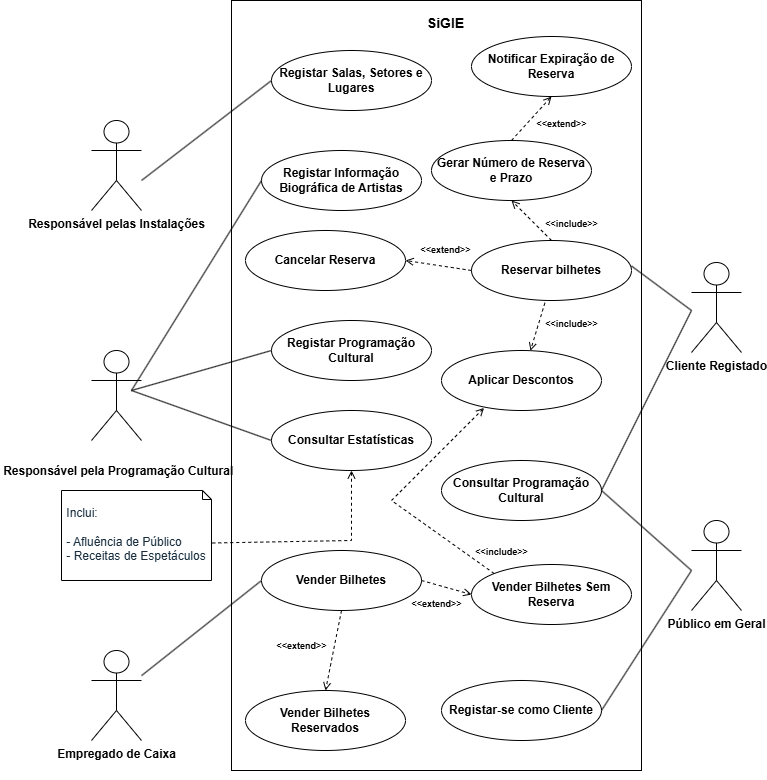
Before: UML_Casos.drawio.png, a diagram exported from draw.io (leorsd/ESOF_UML). Source tidied: cells renumbered, new cells last; positions are measured from the earlier drawing's top-left corner, leaving out a move shared by most shapes.
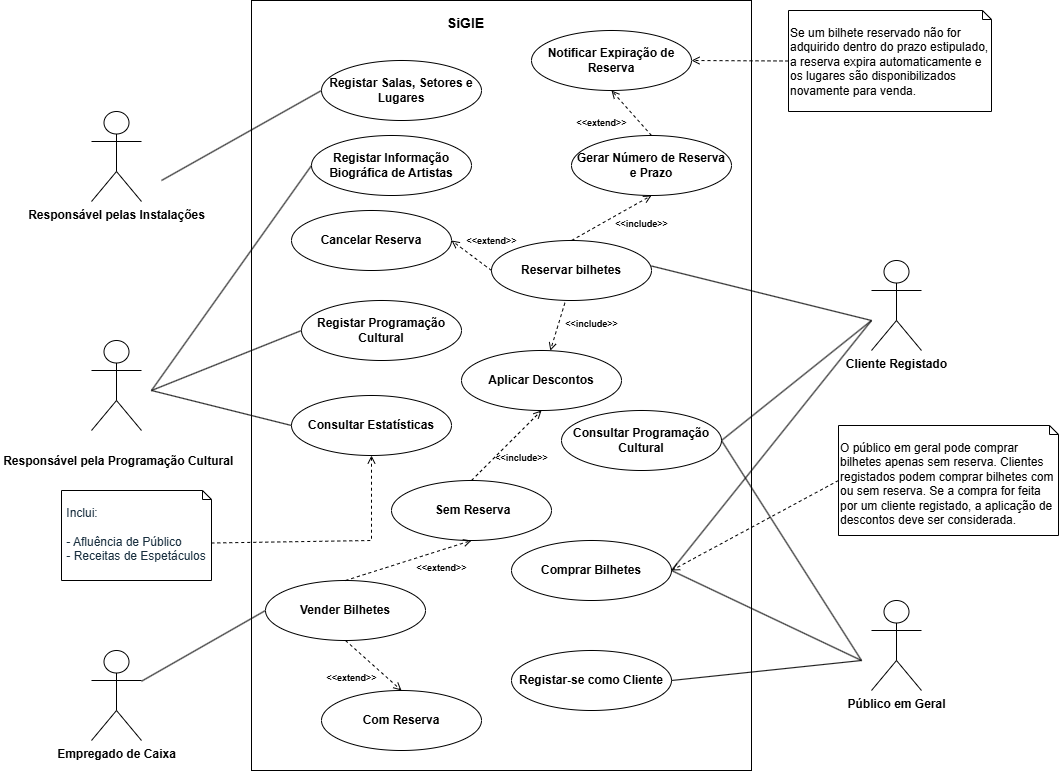
The same file after the commit.

The edit, as a diff of the source:
```diff
@@ -3,37 +3,37 @@
     <mxCell id="0" />
     <mxCell id="1" parent="0" />
     <mxCell id="2" style="rounded=0;whiteSpace=wrap;html=1;direction=south;labelBackgroundColor=none;" parent="1" vertex="1">
-      <mxGeometry x="170" width="410" height="770" as="geometry" />
+      <mxGeometry x="170" width="500" height="770" as="geometry" />
     </mxCell>
     <mxCell id="3" value="&lt;font&gt;&lt;b&gt;Responsável pelas Instalações&lt;/b&gt;&lt;/font&gt;" style="shape=umlActor;verticalLabelPosition=bottom;verticalAlign=top;html=1;labelBackgroundColor=none;" parent="1" vertex="1">
-      <mxGeometry x="30" y="120" width="50" height="90" as="geometry" />
+      <mxGeometry x="10" y="111" width="50" height="90" as="geometry" />
     </mxCell>
     <mxCell id="4" value="&lt;h5&gt;&lt;font style=&quot;font-size: 12px;&quot;&gt;&amp;nbsp;Responsável pela Programação Cultural&lt;/font&gt;&lt;/h5&gt;" style="shape=umlActor;verticalLabelPosition=bottom;verticalAlign=top;html=1;labelBackgroundColor=none;align=center;" parent="1" vertex="1">
-      <mxGeometry x="30" y="350" width="50" height="90" as="geometry" />
+      <mxGeometry x="10" y="340" width="50" height="90" as="geometry" />
     </mxCell>
     <mxCell id="5" value="&lt;font&gt;&lt;b&gt;Empregado de Caixa&lt;/b&gt;&lt;/font&gt;" style="shape=umlActor;verticalLabelPosition=bottom;verticalAlign=top;html=1;outlineConnect=0;labelBackgroundColor=none;" parent="1" vertex="1">
-      <mxGeometry x="30" y="650" width="50" height="90" as="geometry" />
+      <mxGeometry x="10" y="650" width="50" height="90" as="geometry" />
     </mxCell>
     <mxCell id="6" value="&lt;font&gt;&lt;b&gt;Público em Geral&lt;/b&gt;&lt;/font&gt;" style="shape=umlActor;verticalLabelPosition=bottom;verticalAlign=top;html=1;labelBackgroundColor=none;" parent="1" vertex="1">
-      <mxGeometry x="630" y="520" width="50" height="90" as="geometry" />
+      <mxGeometry x="790" y="600" width="50" height="90" as="geometry" />
     </mxCell>
     <mxCell id="7" value="&lt;font&gt;&lt;b&gt;Registar Salas, Setores e Lugares&lt;/b&gt;&lt;/font&gt;" style="ellipse;whiteSpace=wrap;html=1;labelBackgroundColor=none;" parent="1" vertex="1">
-      <mxGeometry x="210" y="50" width="160" height="60" as="geometry" />
+      <mxGeometry x="240" y="60" width="160" height="60" as="geometry" />
     </mxCell>
     <mxCell id="8" value="&lt;font&gt;&lt;b&gt;Registar Programação Cultural&lt;/b&gt;&lt;/font&gt;" style="ellipse;whiteSpace=wrap;html=1;labelBackgroundColor=none;" parent="1" vertex="1">
-      <mxGeometry x="210" y="320" width="160" height="60" as="geometry" />
+      <mxGeometry x="220" y="300" width="160" height="60" as="geometry" />
     </mxCell>
     <mxCell id="9" value="&lt;font&gt;&lt;b&gt;Registar Informação Biográfica de Artistas&lt;/b&gt;&lt;/font&gt;" style="ellipse;whiteSpace=wrap;html=1;labelBackgroundColor=none;" parent="1" vertex="1">
-      <mxGeometry x="200" y="150" width="160" height="60" as="geometry" />
+      <mxGeometry x="230" y="135" width="160" height="60" as="geometry" />
     </mxCell>
     <mxCell id="10" value="&lt;font&gt;&lt;b style=&quot;&quot;&gt;Registar-se como Cliente&lt;/b&gt;&lt;/font&gt;" style="ellipse;whiteSpace=wrap;html=1;labelBackgroundColor=none;" parent="1" vertex="1">
-      <mxGeometry x="380" y="680" width="160" height="60" as="geometry" />
+      <mxGeometry x="430" y="650" width="160" height="60" as="geometry" />
     </mxCell>
     <mxCell id="11" value="&lt;font&gt;&lt;b&gt;Reservar bilhetes&lt;/b&gt;&lt;/font&gt;" style="ellipse;whiteSpace=wrap;html=1;labelBackgroundColor=none;" parent="1" vertex="1">
       <mxGeometry x="410" y="240" width="160" height="60" as="geometry" />
     </mxCell>
     <mxCell id="12" value="&lt;font&gt;&lt;b&gt;Consultar Estatísticas&lt;/b&gt;&lt;/font&gt;" style="ellipse;whiteSpace=wrap;html=1;labelBackgroundColor=none;" parent="1" vertex="1">
-      <mxGeometry x="210" y="410" width="160" height="60" as="geometry" />
+      <mxGeometry x="210" y="395" width="160" height="60" as="geometry" />
     </mxCell>
     <mxCell id="13" style="endArrow=none;html=1;rounded=0;entryX=0;entryY=0.5;entryDx=0;entryDy=0;labelBackgroundColor=none;fontColor=default;" parent="1" edge="1" target="7">
       <mxGeometry relative="1" as="geometry">
@@ -52,15 +52,15 @@
     </mxCell>
     <mxCell id="16" style="endArrow=none;html=1;rounded=0;entryX=1;entryY=0.5;entryDx=0;entryDy=0;labelBackgroundColor=none;fontColor=default;" parent="1" edge="1" target="23">
       <mxGeometry relative="1" as="geometry">
-        <mxPoint x="630" y="570" as="sourcePoint" />
+        <mxPoint x="780" y="660" as="sourcePoint" />
       </mxGeometry>
     </mxCell>
     <mxCell id="17" value="&lt;font&gt;&lt;b&gt;Cliente Registado&lt;/b&gt;&lt;/font&gt;" style="shape=umlActor;verticalLabelPosition=bottom;verticalAlign=top;html=1;labelBackgroundColor=none;" parent="1" vertex="1">
-      <mxGeometry x="630" y="262" width="50" height="90" as="geometry" />
+      <mxGeometry x="790" y="260" width="50" height="90" as="geometry" />
     </mxCell>
     <mxCell id="18" style="endArrow=none;html=1;rounded=0;entryX=1;entryY=0.425;entryDx=0;entryDy=0;entryPerimeter=0;labelBackgroundColor=none;fontColor=default;" parent="1" edge="1" target="11">
       <mxGeometry relative="1" as="geometry">
-        <mxPoint x="630" y="310" as="sourcePoint" />
+        <mxPoint x="790" y="320" as="sourcePoint" />
       </mxGeometry>
     </mxCell>
     <mxCell id="19" style="endArrow=none;html=1;rounded=0;labelBackgroundColor=none;fontColor=default;entryX=0;entryY=0.5;entryDx=0;entryDy=0;" parent="1" edge="1" source="5" target="21">
@@ -72,19 +72,19 @@
       </mxGeometry>
     </mxCell>
     <mxCell id="21" value="&lt;font&gt;&lt;b&gt;Vender Bilhetes&lt;/b&gt;&lt;/font&gt;" style="ellipse;whiteSpace=wrap;html=1;labelBackgroundColor=none;" parent="1" vertex="1">
-      <mxGeometry x="200" y="550" width="160" height="60" as="geometry" />
+      <mxGeometry x="184" y="580" width="160" height="60" as="geometry" />
     </mxCell>
     <mxCell id="22" style="edgeStyle=orthogonalEdgeStyle;rounded=0;orthogonalLoop=1;jettySize=auto;html=1;exitX=1;exitY=0.5;exitDx=0;exitDy=0;fontColor=default;labelBackgroundColor=none;" parent="1" edge="1" source="2" target="2">
       <mxGeometry relative="1" as="geometry" />
     </mxCell>
     <mxCell id="23" value="&lt;b&gt;Consultar Programação Cultural&lt;/b&gt;" style="ellipse;whiteSpace=wrap;html=1;labelBackgroundColor=none;" parent="1" vertex="1">
-      <mxGeometry x="380" y="460" width="160" height="60" as="geometry" />
+      <mxGeometry x="480" y="410" width="160" height="60" as="geometry" />
     </mxCell>
     <mxCell id="24" value="&lt;b&gt;Aplicar Descontos&lt;/b&gt;" style="ellipse;whiteSpace=wrap;html=1;labelBackgroundColor=none;" parent="1" vertex="1">
       <mxGeometry x="380" y="350" width="160" height="60" as="geometry" />
     </mxCell>
     <mxCell id="25" value="&lt;b&gt;Gerar Número de Reserva e Prazo&lt;/b&gt;" style="ellipse;whiteSpace=wrap;html=1;labelBackgroundColor=none;" parent="1" vertex="1">
-      <mxGeometry x="370" y="140" width="160" height="60" as="geometry" />
+      <mxGeometry x="490" y="135" width="160" height="60" as="geometry" />
     </mxCell>
     <mxCell id="26" style="endArrow=open;dashed=1;endFill=0;html=1;rounded=0;fontColor=default;exitX=0.459;exitY=1.038;exitDx=0;exitDy=0;exitPerimeter=0;labelBackgroundColor=none;" parent="1" edge="1" source="11" target="24">
       <mxGeometry relative="1" as="geometry" />
@@ -93,7 +93,7 @@
       <mxGeometry x="470" y="310" width="80" height="26" as="geometry" />
     </mxCell>
     <mxCell id="28" value="&lt;div style=&quot;text-align: left;&quot;&gt;&lt;span style=&quot;background-color: transparent; color: light-dark(rgb(24, 46, 62), rgb(185, 204, 218));&quot;&gt;Inclui:&lt;/span&gt;&lt;/div&gt;&lt;div style=&quot;text-align: left;&quot;&gt;&lt;span style=&quot;background-color: transparent; color: light-dark(rgb(24, 46, 62), rgb(185, 204, 218));&quot;&gt;&amp;nbsp;&lt;/span&gt;&lt;/div&gt;&lt;div style=&quot;text-align: left;&quot;&gt;&lt;span style=&quot;background-color: transparent; color: light-dark(rgb(24, 46, 62), rgb(185, 204, 218));&quot; class=&quot;hljs-deletion&quot;&gt;- Afluência de Público&lt;/span&gt;&lt;span style=&quot;background-color: transparent; color: light-dark(rgb(24, 46, 62), rgb(185, 204, 218));&quot;&gt;&lt;br&gt;&lt;/span&gt;&lt;span style=&quot;background-color: transparent; color: light-dark(rgb(24, 46, 62), rgb(185, 204, 218));&quot; class=&quot;hljs-deletion&quot;&gt;- Receitas de Espetáculos&lt;/span&gt;&lt;/div&gt;" style="shape=note2;boundedLbl=1;whiteSpace=wrap;html=1;size=9;verticalAlign=top;align=center;labelBackgroundColor=none;" parent="1" vertex="1">
-      <mxGeometry y="490" width="150" height="90" as="geometry" />
+      <mxGeometry x="-20" y="490" width="150" height="90" as="geometry" />
     </mxCell>
     <mxCell id="29" style="endArrow=none;dashed=1;endFill=0;html=1;rounded=0;fontColor=default;startFill=0;entryX=0;entryY=0;entryDx=150;entryDy=52.5;entryPerimeter=0;labelBackgroundColor=none;startArrow=open;" parent="1" edge="1" source="12" target="28">
       <mxGeometry relative="1" as="geometry">
@@ -106,66 +106,87 @@
       <mxGeometry relative="1" as="geometry" />
     </mxCell>
     <mxCell id="31" value="&lt;font style=&quot;font-size: 9px;&quot;&gt;&amp;lt;&amp;lt;include&amp;gt;&amp;gt;&lt;/font&gt;" style="text;align=center;fontStyle=1;verticalAlign=middle;spacingLeft=3;spacingRight=3;strokeColor=none;html=1;labelBackgroundColor=none;" parent="1" vertex="1">
-      <mxGeometry x="470" y="210" width="80" height="26" as="geometry" />
+      <mxGeometry x="520" y="210" width="80" height="26" as="geometry" />
     </mxCell>
-    <mxCell id="32" value="&lt;font&gt;&lt;b&gt;Vender Bilhetes Reservados&lt;/b&gt;&lt;/font&gt;" style="ellipse;whiteSpace=wrap;html=1;labelBackgroundColor=none;" parent="1" vertex="1">
-      <mxGeometry x="184" y="690" width="160" height="60" as="geometry" />
+    <mxCell id="32" value="&lt;b&gt;Com Reserva&lt;/b&gt;" style="ellipse;whiteSpace=wrap;html=1;labelBackgroundColor=none;" parent="1" vertex="1">
+      <mxGeometry x="240" y="690" width="160" height="60" as="geometry" />
     </mxCell>
-    <mxCell id="33" value="&lt;font&gt;&lt;b&gt;Vender Bilhetes Sem Reserva&lt;/b&gt;&lt;/font&gt;" style="ellipse;whiteSpace=wrap;html=1;labelBackgroundColor=none;" parent="1" vertex="1">
-      <mxGeometry x="410" y="564" width="160" height="60" as="geometry" />
+    <mxCell id="33" value="&lt;font&gt;&lt;b&gt;&amp;nbsp;Sem Reserva&lt;/b&gt;&lt;/font&gt;" style="ellipse;whiteSpace=wrap;html=1;labelBackgroundColor=none;" parent="1" vertex="1">
+      <mxGeometry x="310" y="480" width="160" height="60" as="geometry" />
     </mxCell>
     <mxCell id="34" style="endArrow=open;dashed=1;endFill=0;html=1;rounded=0;fontColor=default;exitX=0.5;exitY=1;exitDx=0;exitDy=0;labelBackgroundColor=none;entryX=0.5;entryY=0;entryDx=0;entryDy=0;" parent="1" edge="1" source="21" target="32">
       <mxGeometry relative="1" as="geometry" />
     </mxCell>
-    <mxCell id="35" style="endArrow=open;dashed=1;endFill=0;html=1;rounded=0;fontColor=default;labelBackgroundColor=none;entryX=0;entryY=0.5;entryDx=0;entryDy=0;exitX=1;exitY=0.5;exitDx=0;exitDy=0;" parent="1" edge="1" source="21" target="33">
+    <mxCell id="35" style="endArrow=open;dashed=1;endFill=0;html=1;rounded=0;fontColor=default;labelBackgroundColor=none;entryX=0.5;entryY=1;entryDx=0;entryDy=0;exitX=0.5;exitY=0;exitDx=0;exitDy=0;" parent="1" edge="1" source="21" target="33">
       <mxGeometry relative="1" as="geometry" />
     </mxCell>
     <mxCell id="36" value="&lt;font style=&quot;font-size: 9px;&quot;&gt;&amp;lt;&amp;lt;extend&amp;gt;&amp;gt;&lt;/font&gt;" style="text;align=center;fontStyle=1;verticalAlign=middle;spacingLeft=3;spacingRight=3;strokeColor=none;html=1;labelBackgroundColor=none;" parent="1" vertex="1">
-      <mxGeometry x="200" y="632" width="80" height="26" as="geometry" />
+      <mxGeometry x="230" y="664" width="80" height="26" as="geometry" />
     </mxCell>
     <mxCell id="37" value="&lt;font style=&quot;font-size: 9px;&quot;&gt;&amp;lt;&amp;lt;extend&amp;gt;&amp;gt;&lt;/font&gt;" style="text;align=center;fontStyle=1;verticalAlign=middle;spacingLeft=3;spacingRight=3;strokeColor=none;html=1;labelBackgroundColor=none;" parent="1" vertex="1">
-      <mxGeometry x="335" y="590" width="80" height="26" as="geometry" />
+      <mxGeometry x="320" y="554" width="80" height="26" as="geometry" />
     </mxCell>
     <mxCell id="38" value="&lt;font style=&quot;font-size: 14px;&quot;&gt;SiGIE&lt;/font&gt;" style="text;align=center;fontStyle=1;verticalAlign=middle;spacingLeft=3;spacingRight=3;strokeColor=none;html=1;" parent="1" vertex="1">
       <mxGeometry x="344" y="10" width="80" height="26" as="geometry" />
     </mxCell>
     <mxCell id="39" value="&lt;b&gt;Notificar Expiração de Reserva&lt;/b&gt;" style="ellipse;whiteSpace=wrap;html=1;labelBackgroundColor=none;" parent="1" vertex="1">
-      <mxGeometry x="410" y="36" width="160" height="60" as="geometry" />
+      <mxGeometry x="450" y="30" width="160" height="60" as="geometry" />
     </mxCell>
     <mxCell id="40" style="endArrow=open;dashed=1;endFill=0;html=1;rounded=0;fontColor=default;exitX=0.5;exitY=0;exitDx=0;exitDy=0;labelBackgroundColor=none;entryX=0.5;entryY=1;entryDx=0;entryDy=0;" parent="1" edge="1" source="25" target="39">
       <mxGeometry relative="1" as="geometry" />
     </mxCell>
     <mxCell id="41" value="&lt;font style=&quot;font-size: 9px;&quot;&gt;&amp;lt;&amp;lt;extend&amp;gt;&amp;gt;&lt;/font&gt;" style="text;align=center;fontStyle=1;verticalAlign=middle;spacingLeft=3;spacingRight=3;strokeColor=none;html=1;labelBackgroundColor=none;" parent="1" vertex="1">
-      <mxGeometry x="460" y="110" width="80" height="26" as="geometry" />
+      <mxGeometry x="480" y="109" width="80" height="26" as="geometry" />
     </mxCell>
     <mxCell id="42" style="endArrow=none;html=1;rounded=0;entryX=1;entryY=0.5;entryDx=0;entryDy=0;labelBackgroundColor=none;fontColor=default;" parent="1" edge="1" target="23">
       <mxGeometry relative="1" as="geometry">
-        <mxPoint x="630" y="310" as="sourcePoint" />
+        <mxPoint x="790" y="320" as="sourcePoint" />
       </mxGeometry>
     </mxCell>
     <mxCell id="43" style="endArrow=none;html=1;rounded=0;entryX=1;entryY=0.5;entryDx=0;entryDy=0;labelBackgroundColor=none;fontColor=default;" parent="1" edge="1" target="10">
       <mxGeometry relative="1" as="geometry">
-        <mxPoint x="630" y="570" as="sourcePoint" />
+        <mxPoint x="780" y="660" as="sourcePoint" />
       </mxGeometry>
     </mxCell>
     <mxCell id="44" value="&lt;b&gt;Cancelar Reserva&lt;/b&gt;" style="ellipse;whiteSpace=wrap;html=1;labelBackgroundColor=none;" parent="1" vertex="1">
-      <mxGeometry x="184" y="230" width="160" height="60" as="geometry" />
+      <mxGeometry x="210" y="210" width="160" height="60" as="geometry" />
     </mxCell>
     <mxCell id="45" value="&lt;font style=&quot;font-size: 9px;&quot;&gt;&amp;lt;&amp;lt;extend&amp;gt;&amp;gt;&lt;/font&gt;" style="text;align=center;fontStyle=1;verticalAlign=middle;spacingLeft=3;spacingRight=3;strokeColor=none;html=1;labelBackgroundColor=none;" parent="1" vertex="1">
-      <mxGeometry x="344" y="236" width="80" height="26" as="geometry" />
+      <mxGeometry x="370" y="227" width="80" height="26" as="geometry" />
     </mxCell>
     <mxCell id="46" style="endArrow=open;dashed=1;endFill=0;html=1;rounded=0;fontColor=default;exitX=0;exitY=0.5;exitDx=0;exitDy=0;labelBackgroundColor=none;entryX=1;entryY=0.5;entryDx=0;entryDy=0;" parent="1" edge="1" source="11" target="44">
       <mxGeometry relative="1" as="geometry" />
     </mxCell>
-    <mxCell id="47" style="endArrow=open;dashed=1;endFill=0;html=1;rounded=0;fontColor=default;exitX=0;exitY=0;exitDx=0;exitDy=0;labelBackgroundColor=none;entryX=0.266;entryY=0.957;entryDx=0;entryDy=0;entryPerimeter=0;" parent="1" edge="1" source="33" target="24">
-      <mxGeometry relative="1" as="geometry">
-        <Array as="points">
-          <mxPoint x="330" y="500" />
-        </Array>
-      </mxGeometry>
+    <mxCell id="47" style="endArrow=open;dashed=1;endFill=0;html=1;rounded=0;fontColor=default;exitX=0.5;exitY=0;exitDx=0;exitDy=0;labelBackgroundColor=none;entryX=0.5;entryY=1;entryDx=0;entryDy=0;" parent="1" edge="1" source="33" target="24">
+      <mxGeometry relative="1" as="geometry" />
     </mxCell>
     <mxCell id="48" value="&lt;font style=&quot;font-size: 9px;&quot;&gt;&amp;lt;&amp;lt;include&amp;gt;&amp;gt;&lt;/font&gt;" style="text;align=center;fontStyle=1;verticalAlign=middle;spacingLeft=3;spacingRight=3;strokeColor=none;html=1;labelBackgroundColor=none;" parent="1" vertex="1">
-      <mxGeometry x="400" y="538" width="80" height="26" as="geometry" />
+      <mxGeometry x="400" y="444" width="80" height="26" as="geometry" />
     </mxCell>
+    <mxCell id="49" value="&lt;b&gt;Comprar Bilhetes&lt;/b&gt;" style="ellipse;whiteSpace=wrap;html=1;labelBackgroundColor=none;" parent="1" vertex="1">
+      <mxGeometry x="430" y="540" width="160" height="60" as="geometry" />
+    </mxCell>
+    <mxCell id="50" style="endArrow=none;html=1;rounded=0;entryX=1;entryY=0.5;entryDx=0;entryDy=0;labelBackgroundColor=none;fontColor=default;" parent="1" edge="1" target="49">
+      <mxGeometry relative="1" as="geometry">
+        <mxPoint x="790" y="320" as="sourcePoint" />
+      </mxGeometry>
+    </mxCell>
+    <mxCell id="51" style="endArrow=none;html=1;rounded=0;entryX=1;entryY=0.5;entryDx=0;entryDy=0;labelBackgroundColor=none;fontColor=default;" parent="1" edge="1" target="49">
+      <mxGeometry relative="1" as="geometry">
+        <mxPoint x="780" y="660" as="sourcePoint" />
+      </mxGeometry>
+    </mxCell>
+    <mxCell id="52" value="&lt;div style=&quot;&quot;&gt;Se um bilhete reservado não for adquirido dentro do prazo estipulado, a reserva expira automaticamente e os lugares são disponibilizados novamente para venda.&lt;/div&gt;" style="shape=note2;boundedLbl=1;whiteSpace=wrap;html=1;size=9;verticalAlign=top;align=left;labelBackgroundColor=none;" parent="1" vertex="1">
+      <mxGeometry x="707" y="10" width="203" height="101" as="geometry" />
+    </mxCell>
+    <mxCell id="53" style="endArrow=open;dashed=1;endFill=0;html=1;rounded=0;fontColor=default;exitX=0;exitY=0.5;exitDx=0;exitDy=0;labelBackgroundColor=none;entryX=1;entryY=0.5;entryDx=0;entryDy=0;exitPerimeter=0;" parent="1" edge="1" source="52" target="39">
+      <mxGeometry relative="1" as="geometry" />
+    </mxCell>
+    <mxCell id="54" value="&lt;div style=&quot;&quot;&gt;O público em geral pode comprar bilhetes apenas sem reserva. Clientes registados podem comprar bilhetes com ou sem reserva. Se a compra for feita por um cliente registado, a aplicação de descontos deve ser considerada.&lt;/div&gt;" style="shape=note2;boundedLbl=1;whiteSpace=wrap;html=1;size=9;verticalAlign=top;align=left;labelBackgroundColor=none;" parent="1" vertex="1">
+      <mxGeometry x="757" y="425" width="220" height="110" as="geometry" />
+    </mxCell>
+    <mxCell id="55" style="endArrow=open;dashed=1;endFill=0;html=1;rounded=0;fontColor=default;exitX=0;exitY=0.5;exitDx=0;exitDy=0;labelBackgroundColor=none;entryX=1;entryY=0.5;entryDx=0;entryDy=0;exitPerimeter=0;" parent="1" edge="1" source="54" target="49">
+      <mxGeometry relative="1" as="geometry" />
+    </mxCell>
   </root>
 </mxGraphModel>
```
